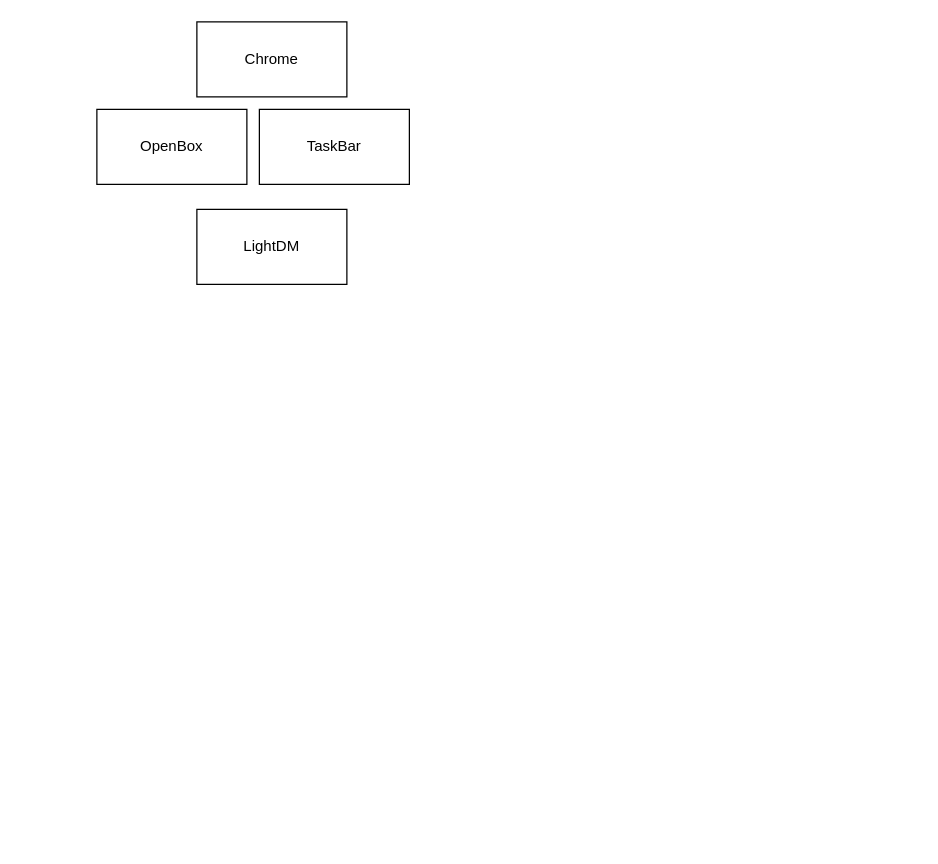
Before: debian_lightdm_openbox_base_desktop.drawio in yunzhaoyu2050/diagrams_repository, a draw.io diagram. Source tidied: cells renumbered, new cells numbered last; positions are measured from the earlier drawing's top-left corner, leaving out a move shared by most shapes. Both pictures are drawn from the tidied source at 125%, with x=0, y=0 at pixel (96, 21).
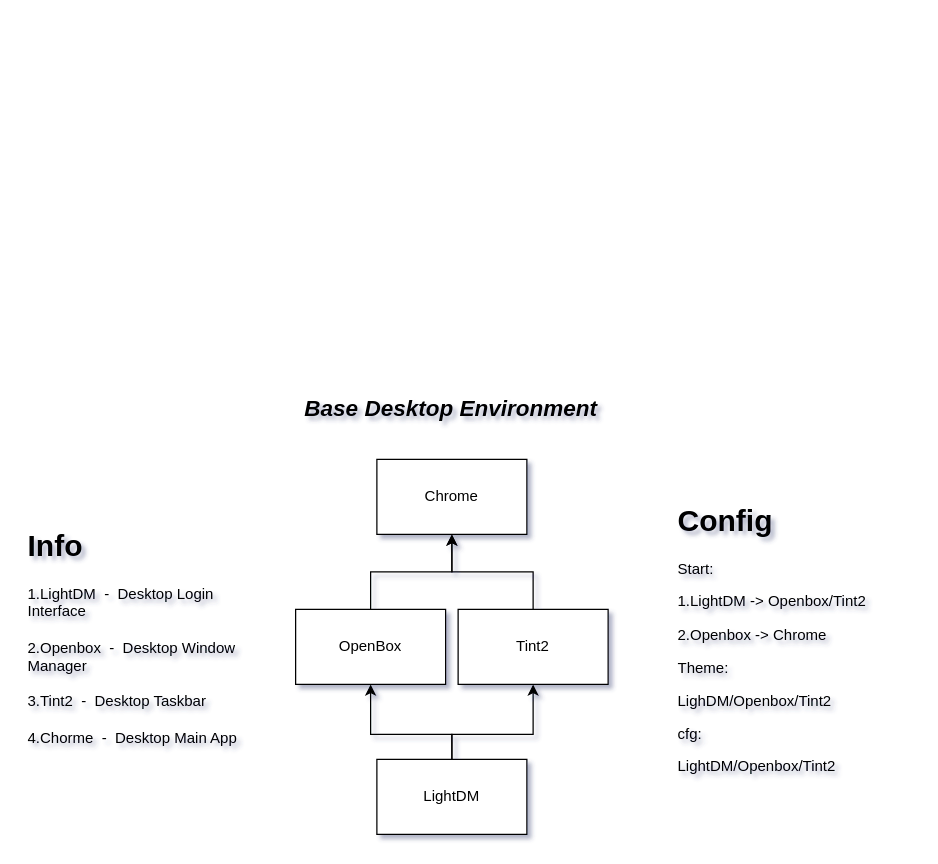
The same page after the edit.

Diff of the diagram source:
```diff
@@
-<mxGraphModel>
+<mxGraphModel shadow="1">
   <root>
     <mxCell id="0" />
     <mxCell id="1" parent="0" />
+    <mxCell id="6" style="edgeStyle=orthogonalEdgeStyle;rounded=0;jettySize=auto;html=1;exitX=0.5;exitY=0;exitDx=0;exitDy=0;entryX=0.5;entryY=1;entryDx=0;entryDy=0;" parent="1" edge="1" source="2" target="3">
+      <mxGeometry relative="1" as="geometry">
+        <Array as="points">
+          <mxPoint x="284" y="570" />
+          <mxPoint x="219" y="570" />
+        </Array>
+      </mxGeometry>
+    </mxCell>
+    <mxCell id="7" style="edgeStyle=orthogonalEdgeStyle;rounded=0;jettySize=auto;html=1;entryX=0.5;entryY=1;entryDx=0;entryDy=0;" parent="1" edge="1" source="2" target="4">
+      <mxGeometry relative="1" as="geometry">
+        <Array as="points">
+          <mxPoint x="284" y="570" />
+          <mxPoint x="349" y="570" />
+        </Array>
+      </mxGeometry>
+    </mxCell>
     <mxCell id="2" value="LightDM" style="rounded=0;whiteSpace=wrap;html=1;" parent="1" vertex="1">
-      <mxGeometry x="80" y="150" width="120" height="60" as="geometry" />
+      <mxGeometry x="224" y="590" width="120" height="60" as="geometry" />
     </mxCell>
+    <mxCell id="8" style="edgeStyle=orthogonalEdgeStyle;rounded=0;jettySize=auto;html=1;entryX=0.5;entryY=1;entryDx=0;entryDy=0;" parent="1" edge="1" source="3" target="5">
+      <mxGeometry relative="1" as="geometry" />
+    </mxCell>
     <mxCell id="3" value="OpenBox" style="rounded=0;whiteSpace=wrap;html=1;" parent="1" vertex="1">
-      <mxGeometry y="70" width="120" height="60" as="geometry" />
+      <mxGeometry x="159" y="470" width="120" height="60" as="geometry" />
     </mxCell>
+    <mxCell id="9" style="edgeStyle=orthogonalEdgeStyle;rounded=0;jettySize=auto;html=1;entryX=0.5;entryY=1;entryDx=0;entryDy=0;" parent="1" edge="1" source="4" target="5">
+      <mxGeometry relative="1" as="geometry" />
+    </mxCell>
-    <mxCell id="4" value="TaskBar" style="rounded=0;whiteSpace=wrap;html=1;" parent="1" vertex="1">
-      <mxGeometry x="130" y="70" width="120" height="60" as="geometry" />
+    <mxCell id="4" value="Tint2" style="rounded=0;whiteSpace=wrap;html=1;" parent="1" vertex="1">
+      <mxGeometry x="289" y="470" width="120" height="60" as="geometry" />
     </mxCell>
     <mxCell id="5" value="Chrome" style="rounded=0;whiteSpace=wrap;html=1;" parent="1" vertex="1">
-      <mxGeometry x="80" width="120" height="60" as="geometry" />
+      <mxGeometry x="224" y="350" width="120" height="60" as="geometry" />
     </mxCell>
+    <mxCell id="10" value="&lt;h1&gt;Info&lt;/h1&gt;&lt;div&gt;1.LightDM&amp;nbsp; -&amp;nbsp; Desktop Login Interface&lt;/div&gt;&lt;div&gt;&lt;br&gt;&lt;/div&gt;&lt;div&gt;2.Openbox&amp;nbsp; -&amp;nbsp; Desktop Window Manager&lt;/div&gt;&lt;div&gt;&lt;br&gt;&lt;/div&gt;&lt;div&gt;3.Tint2&amp;nbsp; -&amp;nbsp; Desktop Taskbar&lt;/div&gt;&lt;div&gt;&lt;br&gt;&lt;/div&gt;&lt;div&gt;4.Chorme&amp;nbsp; -&amp;nbsp; Desktop Main App&lt;/div&gt;" style="text;html=1;strokeColor=none;fillColor=none;spacing=5;spacingTop=-20;whiteSpace=wrap;overflow=hidden;rounded=0;" parent="1" vertex="1">
+      <mxGeometry x="-60" y="400" width="190" height="190" as="geometry" />
+    </mxCell>
+    <mxCell id="11" value="Base Desktop Environment" style="text;html=1;strokeColor=none;fillColor=none;align=center;verticalAlign=middle;whiteSpace=wrap;rounded=0;fontStyle=3;fontSize=18;" parent="1" vertex="1">
+      <mxGeometry x="153" y="300" width="261" height="20" as="geometry" />
+    </mxCell>
+    <mxCell id="12" value="&lt;h1&gt;Config&lt;/h1&gt;&lt;p&gt;Start:&lt;/p&gt;&lt;p&gt;1.LightDM -&amp;gt; Openbox/Tint2&lt;/p&gt;&lt;p&gt;2.Openbox -&amp;gt; Chrome&lt;/p&gt;&lt;p&gt;Theme:&lt;/p&gt;&lt;p&gt;LighDM/&lt;span&gt;Openbox/&lt;/span&gt;&lt;span&gt;Tint2&lt;/span&gt;&lt;/p&gt;&lt;p&gt;cfg:&lt;/p&gt;&lt;p&gt;LightDM/Openbox/Tint2&lt;/p&gt;" style="text;html=1;strokeColor=none;fillColor=none;spacing=5;spacingTop=-20;whiteSpace=wrap;overflow=hidden;rounded=0;" parent="1" vertex="1">
+      <mxGeometry x="460" y="380" width="190" height="230" as="geometry" />
+    </mxCell>
   </root>
 </mxGraphModel>
```
